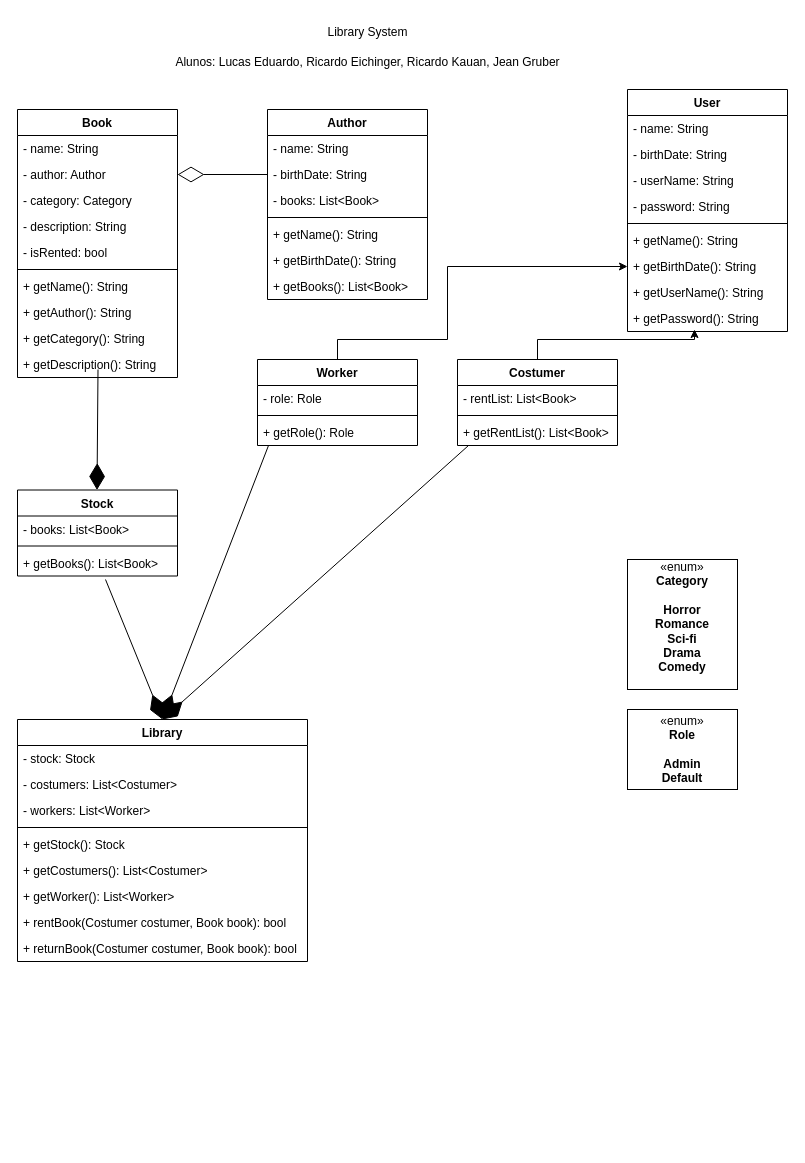
Above: Diagrama sem nome.drawio in wOL-Lucas/M2Elio (draw.io), before the change. Source tidied: cells renumbered, new cells numbered last; positions are measured from the earlier drawing's top-left corner, leaving out a move shared by most shapes. Both pictures are drawn from the tidied source at 100%, with x=0, y=0 at pixel (17, 17).
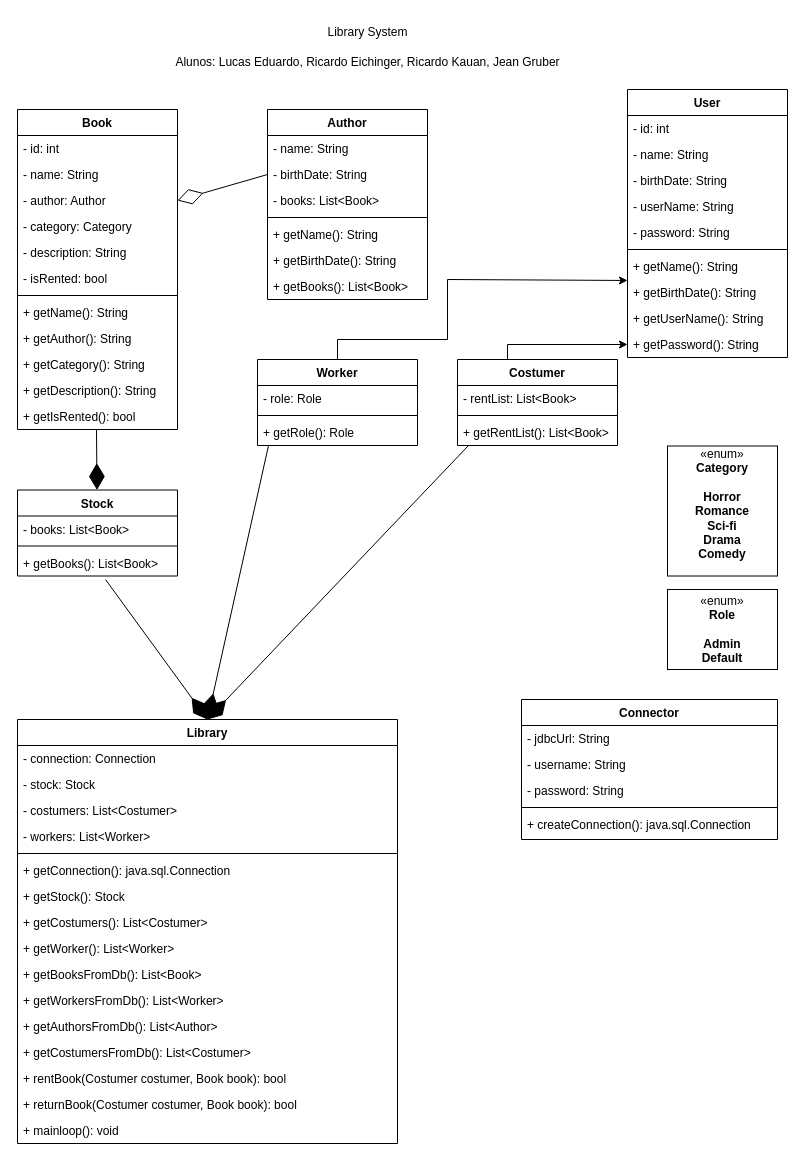
The same diagram, later.

Commit message:
Fix: include missing methods in classes, and include Connector class

The change refers to these unchanged cells:
```xml
<mxCell id="24" value="Costumer" style="swimlane;fontStyle=1;align=center;verticalAlign=top;horizontal=1;startSize=26;whiteSpace=wrap;html=1;" parent="1" vertex="1">
  <mxGeometry x="440" y="342" width="160" height="86" as="geometry" />
</mxCell>
<mxCell id="29" value="Worker" style="swimlane;fontStyle=1;align=center;verticalAlign=top;horizontal=1;startSize=26;whiteSpace=wrap;html=1;" parent="1" vertex="1">
  <mxGeometry x="240" y="342" width="160" height="86" as="geometry" />
</mxCell>
```

What changed in the source:
```diff
@@
     <mxCell id="2" value="Book" style="swimlane;fontStyle=1;align=center;verticalAlign=top;horizontal=1;startSize=26;whiteSpace=wrap;html=1;" parent="1" vertex="1">
-      <mxGeometry y="92" width="160" height="268" as="geometry" />
+      <mxGeometry y="92" width="160" height="320" as="geometry" />
     </mxCell>
+    <mxCell id="64" value="- id: int" style="text;strokeColor=none;fillColor=none;align=left;verticalAlign=top;spacingLeft=4;spacingRight=4;overflow=hidden;whiteSpace=wrap;html=1;" parent="2" vertex="1">
+      <mxGeometry y="26" width="160" height="26" as="geometry" />
+    </mxCell>
     <mxCell id="3" value="- name: String" style="text;strokeColor=none;fillColor=none;align=left;verticalAlign=top;spacingLeft=4;spacingRight=4;overflow=hidden;whiteSpace=wrap;html=1;" parent="2" vertex="1">
-      <mxGeometry y="26" width="160" height="26" as="geometry" />
+      <mxGeometry y="52" width="160" height="26" as="geometry" />
     </mxCell>
     <mxCell id="4" value="- author: Author" style="text;strokeColor=none;fillColor=none;align=left;verticalAlign=top;spacingLeft=4;spacingRight=4;overflow=hidden;points=[[0,0.5],[1,0.5]];portConstraint=eastwest;whiteSpace=wrap;html=1;" parent="2" vertex="1">
-      <mxGeometry y="52" width="160" height="26" as="geometry" />
+      <mxGeometry y="78" width="160" height="26" as="geometry" />
     </mxCell>
     <mxCell id="5" value="- category: Category" style="text;strokeColor=none;fillColor=none;align=left;verticalAlign=top;spacingLeft=4;spacingRight=4;overflow=hidden;whiteSpace=wrap;html=1;" parent="2" vertex="1">
-      <mxGeometry y="78" width="160" height="26" as="geometry" />
+      <mxGeometry y="104" width="160" height="26" as="geometry" />
     </mxCell>
     <mxCell id="6" value="- description: String" style="text;strokeColor=none;fillColor=none;align=left;verticalAlign=top;spacingLeft=4;spacingRight=4;overflow=hidden;whiteSpace=wrap;html=1;" parent="2" vertex="1">
-      <mxGeometry y="104" width="160" height="26" as="geometry" />
+      <mxGeometry y="130" width="160" height="26" as="geometry" />
     </mxCell>
     <mxCell id="7" value="- isRented: bool" style="text;strokeColor=none;fillColor=none;align=left;verticalAlign=top;spacingLeft=4;spacingRight=4;overflow=hidden;whiteSpace=wrap;html=1;" parent="2" vertex="1">
-      <mxGeometry y="130" width="160" height="26" as="geometry" />
+      <mxGeometry y="156" width="160" height="26" as="geometry" />
     </mxCell>
     <mxCell id="8" style="line;strokeWidth=1;fillColor=none;align=left;verticalAlign=middle;spacingTop=-1;spacingLeft=3;spacingRight=3;labelPosition=right;strokeColor=inherit;" parent="2" vertex="1">
-      <mxGeometry y="156" width="160" height="8" as="geometry" />
+      <mxGeometry y="182" width="160" height="8" as="geometry" />
     </mxCell>
     <mxCell id="9" value="+ getName(): String" style="text;strokeColor=none;fillColor=none;align=left;verticalAlign=top;spacingLeft=4;spacingRight=4;overflow=hidden;whiteSpace=wrap;html=1;" parent="2" vertex="1">
-      <mxGeometry y="164" width="160" height="26" as="geometry" />
+      <mxGeometry y="190" width="160" height="26" as="geometry" />
     </mxCell>
     <mxCell id="10" value="+ getAuthor(): String" style="text;strokeColor=none;fillColor=none;align=left;verticalAlign=top;spacingLeft=4;spacingRight=4;overflow=hidden;whiteSpace=wrap;html=1;" parent="2" vertex="1">
-      <mxGeometry y="190" width="160" height="26" as="geometry" />
+      <mxGeometry y="216" width="160" height="26" as="geometry" />
     </mxCell>
     <mxCell id="11" value="+ getCategory(): String" style="text;strokeColor=none;fillColor=none;align=left;verticalAlign=top;spacingLeft=4;spacingRight=4;overflow=hidden;whiteSpace=wrap;html=1;" parent="2" vertex="1">
-      <mxGeometry y="216" width="160" height="26" as="geometry" />
+      <mxGeometry y="242" width="160" height="26" as="geometry" />
     </mxCell>
     <mxCell id="12" value="+ getDescription(): String" style="text;strokeColor=none;fillColor=none;align=left;verticalAlign=top;spacingLeft=4;spacingRight=4;overflow=hidden;whiteSpace=wrap;html=1;" parent="2" vertex="1">
-      <mxGeometry y="242" width="160" height="26" as="geometry" />
+      <mxGeometry y="268" width="160" height="26" as="geometry" />
     </mxCell>
+    <mxCell id="65" value="+ getIsRented(): bool" style="text;strokeColor=none;fillColor=none;align=left;verticalAlign=top;spacingLeft=4;spacingRight=4;overflow=hidden;whiteSpace=wrap;html=1;" parent="2" vertex="1">
+      <mxGeometry y="294" width="160" height="26" as="geometry" />
+    </mxCell>
     <mxCell id="13" value="«enum»&lt;br&gt;&lt;div&gt;&lt;b&gt;Category&lt;/b&gt;&lt;/div&gt;&lt;div&gt;&lt;b&gt;&lt;br&gt;&lt;/b&gt;&lt;/div&gt;&lt;div&gt;&lt;b&gt;Horror&lt;/b&gt;&lt;/div&gt;&lt;div&gt;&lt;b&gt;Romance&lt;/b&gt;&lt;/div&gt;&lt;div&gt;&lt;b&gt;Sci-fi&lt;/b&gt;&lt;/div&gt;&lt;div&gt;&lt;b&gt;Drama&lt;/b&gt;&lt;/div&gt;&lt;div&gt;&lt;b&gt;Comedy&lt;/b&gt;&lt;/div&gt;&lt;div&gt;&lt;b&gt;&lt;br&gt;&lt;/b&gt;&lt;/div&gt;" style="html=1;whiteSpace=wrap;" parent="1" vertex="1">
-      <mxGeometry x="610" y="542" width="110" height="130" as="geometry" />
+      <mxGeometry x="650" y="428.5" width="110" height="130" as="geometry" />
     </mxCell>
     <mxCell id="14" value="User" style="swimlane;fontStyle=1;align=center;verticalAlign=top;horizontal=1;startSize=26;whiteSpace=wrap;html=1;" parent="1" vertex="1">
-      <mxGeometry x="610" y="72" width="160" height="242" as="geometry" />
+      <mxGeometry x="610" y="72" width="160" height="268" as="geometry" />
     </mxCell>
+    <mxCell id="66" value="- id: int" style="text;strokeColor=none;fillColor=none;align=left;verticalAlign=top;spacingLeft=4;spacingRight=4;overflow=hidden;whiteSpace=wrap;html=1;" parent="14" vertex="1">
+      <mxGeometry y="26" width="160" height="26" as="geometry" />
+    </mxCell>
     <mxCell id="15" value="- name: String" style="text;strokeColor=none;fillColor=none;align=left;verticalAlign=top;spacingLeft=4;spacingRight=4;overflow=hidden;whiteSpace=wrap;html=1;" parent="14" vertex="1">
-      <mxGeometry y="26" width="160" height="26" as="geometry" />
+      <mxGeometry y="52" width="160" height="26" as="geometry" />
     </mxCell>
     <mxCell id="16" value="- birthDate: String" style="text;strokeColor=none;fillColor=none;align=left;verticalAlign=top;spacingLeft=4;spacingRight=4;overflow=hidden;whiteSpace=wrap;html=1;" parent="14" vertex="1">
-      <mxGeometry y="52" width="160" height="26" as="geometry" />
+      <mxGeometry y="78" width="160" height="26" as="geometry" />
     </mxCell>
     <mxCell id="17" value="- userName: String" style="text;strokeColor=none;fillColor=none;align=left;verticalAlign=top;spacingLeft=4;spacingRight=4;overflow=hidden;whiteSpace=wrap;html=1;" parent="14" vertex="1">
-      <mxGeometry y="78" width="160" height="26" as="geometry" />
+      <mxGeometry y="104" width="160" height="26" as="geometry" />
     </mxCell>
     <mxCell id="18" value="- password: String" style="text;strokeColor=none;fillColor=none;align=left;verticalAlign=top;spacingLeft=4;spacingRight=4;overflow=hidden;whiteSpace=wrap;html=1;" parent="14" vertex="1">
-      <mxGeometry y="104" width="160" height="26" as="geometry" />
+      <mxGeometry y="130" width="160" height="26" as="geometry" />
     </mxCell>
     <mxCell id="19" style="line;strokeWidth=1;fillColor=none;align=left;verticalAlign=middle;spacingTop=-1;spacingLeft=3;spacingRight=3;labelPosition=right;strokeColor=inherit;" parent="14" vertex="1">
-      <mxGeometry y="130" width="160" height="8" as="geometry" />
+      <mxGeometry y="156" width="160" height="8" as="geometry" />
     </mxCell>
     <mxCell id="20" value="+ getName(): String" style="text;strokeColor=none;fillColor=none;align=left;verticalAlign=top;spacingLeft=4;spacingRight=4;overflow=hidden;whiteSpace=wrap;html=1;" parent="14" vertex="1">
-      <mxGeometry y="138" width="160" height="26" as="geometry" />
+      <mxGeometry y="164" width="160" height="26" as="geometry" />
     </mxCell>
     <mxCell id="21" value="+ getBirthDate(): String" style="text;strokeColor=none;fillColor=none;align=left;verticalAlign=top;spacingLeft=4;spacingRight=4;overflow=hidden;points=[[0,0.5],[1,0.5]];portConstraint=eastwest;whiteSpace=wrap;html=1;" parent="14" vertex="1">
-      <mxGeometry y="164" width="160" height="26" as="geometry" />
+      <mxGeometry y="190" width="160" height="26" as="geometry" />
     </mxCell>
     <mxCell id="22" value="+ getUserName(): String" style="text;strokeColor=none;fillColor=none;align=left;verticalAlign=top;spacingLeft=4;spacingRight=4;overflow=hidden;whiteSpace=wrap;html=1;" parent="14" vertex="1">
-      <mxGeometry y="190" width="160" height="26" as="geometry" />
+      <mxGeometry y="216" width="160" height="26" as="geometry" />
     </mxCell>
     <mxCell id="23" value="+ getPassword(): String" style="text;strokeColor=none;fillColor=none;align=left;verticalAlign=top;spacingLeft=4;spacingRight=4;overflow=hidden;points=[[0,0.5],[1,0.5]];portConstraint=eastwest;whiteSpace=wrap;html=1;" parent="14" vertex="1">
-      <mxGeometry y="216" width="160" height="26" as="geometry" />
+      <mxGeometry y="242" width="160" height="26" as="geometry" />
     </mxCell>
@@
-    <mxCell id="28" style="edgeStyle=orthogonalEdgeStyle;rounded=0;jettySize=auto;html=1;exitX=0.5;exitY=0;exitDx=0;exitDy=0;entryX=0;entryY=0.5;entryDx=0;entryDy=0;" parent="1" edge="1" source="29" target="21">
+    <mxCell id="28" style="edgeStyle=orthogonalEdgeStyle;rounded=0;jettySize=auto;html=1;exitX=0.5;exitY=0;exitDx=0;exitDy=0;entryX=0;entryY=0.038;entryDx=0;entryDy=0;entryPerimeter=0;" parent="1" edge="1" source="29" target="21">
       <mxGeometry relative="1" as="geometry">
         <Array as="points">
           <mxPoint x="320" y="322" />
           <mxPoint x="430" y="322" />
-          <mxPoint x="430" y="249" />
+          <mxPoint x="430" y="262" />
         </Array>
       </mxGeometry>
     </mxCell>
@@
     <mxCell id="33" value="«enum»&lt;br&gt;&lt;b&gt;Role&lt;/b&gt;&lt;br&gt;&lt;div&gt;&lt;b&gt;&lt;br&gt;&lt;/b&gt;&lt;/div&gt;&lt;div&gt;&lt;b&gt;Admin&lt;/b&gt;&lt;/div&gt;&lt;div&gt;&lt;b&gt;Default&lt;br&gt;&lt;/b&gt;&lt;/div&gt;" style="html=1;whiteSpace=wrap;" parent="1" vertex="1">
-      <mxGeometry x="610" y="692" width="110" height="80" as="geometry" />
+      <mxGeometry x="650" y="572" width="110" height="80" as="geometry" />
     </mxCell>
@@
     <mxCell id="47" value="Library" style="swimlane;fontStyle=1;align=center;verticalAlign=top;horizontal=1;startSize=26;whiteSpace=wrap;html=1;" parent="1" vertex="1">
-      <mxGeometry y="702" width="290" height="242" as="geometry" />
+      <mxGeometry y="702" width="380" height="424" as="geometry" />
     </mxCell>
+    <mxCell id="67" value="- connection: Connection" style="text;strokeColor=none;fillColor=none;align=left;verticalAlign=top;spacingLeft=4;spacingRight=4;overflow=hidden;whiteSpace=wrap;html=1;" parent="47" vertex="1">
+      <mxGeometry y="26" width="380" height="26" as="geometry" />
+    </mxCell>
     <mxCell id="48" value="- stock: Stock" style="text;strokeColor=none;fillColor=none;align=left;verticalAlign=top;spacingLeft=4;spacingRight=4;overflow=hidden;whiteSpace=wrap;html=1;" parent="47" vertex="1">
-      <mxGeometry y="26" width="290" height="26" as="geometry" />
+      <mxGeometry y="52" width="380" height="26" as="geometry" />
     </mxCell>
     <mxCell id="49" value="- costumers: List&amp;lt;Costumer&amp;gt;" style="text;strokeColor=none;fillColor=none;align=left;verticalAlign=top;spacingLeft=4;spacingRight=4;overflow=hidden;whiteSpace=wrap;html=1;" parent="47" vertex="1">
-      <mxGeometry y="52" width="290" height="26" as="geometry" />
+      <mxGeometry y="78" width="380" height="26" as="geometry" />
     </mxCell>
     <mxCell id="50" value="- workers: List&amp;lt;Worker&amp;gt;" style="text;strokeColor=none;fillColor=none;align=left;verticalAlign=top;spacingLeft=4;spacingRight=4;overflow=hidden;whiteSpace=wrap;html=1;" parent="47" vertex="1">
-      <mxGeometry y="78" width="290" height="26" as="geometry" />
+      <mxGeometry y="104" width="380" height="26" as="geometry" />
     </mxCell>
     <mxCell id="51" style="line;strokeWidth=1;fillColor=none;align=left;verticalAlign=middle;spacingTop=-1;spacingLeft=3;spacingRight=3;labelPosition=right;strokeColor=inherit;" parent="47" vertex="1">
-      <mxGeometry y="104" width="290" height="8" as="geometry" />
+      <mxGeometry y="130" width="380" height="8" as="geometry" />
     </mxCell>
+    <mxCell id="68" value="+ getConnection(): java.sql.Connection" style="text;strokeColor=none;fillColor=none;align=left;verticalAlign=top;spacingLeft=4;spacingRight=4;overflow=hidden;whiteSpace=wrap;html=1;" parent="47" vertex="1">
+      <mxGeometry y="138" width="380" height="26" as="geometry" />
+    </mxCell>
     <mxCell id="52" value="+ getStock(): Stock" style="text;strokeColor=none;fillColor=none;align=left;verticalAlign=top;spacingLeft=4;spacingRight=4;overflow=hidden;whiteSpace=wrap;html=1;" parent="47" vertex="1">
-      <mxGeometry y="112" width="290" height="26" as="geometry" />
+      <mxGeometry y="164" width="380" height="26" as="geometry" />
     </mxCell>
     <mxCell id="53" value="+ getCostumers(): List&amp;lt;Costumer&amp;gt;" style="text;strokeColor=none;fillColor=none;align=left;verticalAlign=top;spacingLeft=4;spacingRight=4;overflow=hidden;whiteSpace=wrap;html=1;" parent="47" vertex="1">
-      <mxGeometry y="138" width="290" height="26" as="geometry" />
+      <mxGeometry y="190" width="380" height="26" as="geometry" />
     </mxCell>
     <mxCell id="54" value="+ getWorker(): List&amp;lt;Worker&amp;gt;" style="text;strokeColor=none;fillColor=none;align=left;verticalAlign=top;spacingLeft=4;spacingRight=4;overflow=hidden;whiteSpace=wrap;html=1;" parent="47" vertex="1">
-      <mxGeometry y="164" width="290" height="26" as="geometry" />
+      <mxGeometry y="216" width="380" height="26" as="geometry" />
     </mxCell>
+    <mxCell id="69" value="+ getBooksFromDb(): List&amp;lt;Book&amp;gt;" style="text;strokeColor=none;fillColor=none;align=left;verticalAlign=top;spacingLeft=4;spacingRight=4;overflow=hidden;whiteSpace=wrap;html=1;" parent="47" vertex="1">
+      <mxGeometry y="242" width="380" height="26" as="geometry" />
+    </mxCell>
+    <mxCell id="70" value="+ getWorkersFromDb(): List&amp;lt;Worker&amp;gt;" style="text;strokeColor=none;fillColor=none;align=left;verticalAlign=top;spacingLeft=4;spacingRight=4;overflow=hidden;whiteSpace=wrap;html=1;" parent="47" vertex="1">
+      <mxGeometry y="268" width="380" height="26" as="geometry" />
+    </mxCell>
+    <mxCell id="71" value="+ getAuthorsFromDb(): List&amp;lt;Author&amp;gt;" style="text;strokeColor=none;fillColor=none;align=left;verticalAlign=top;spacingLeft=4;spacingRight=4;overflow=hidden;whiteSpace=wrap;html=1;" parent="47" vertex="1">
+      <mxGeometry y="294" width="380" height="26" as="geometry" />
+    </mxCell>
+    <mxCell id="72" value="+ getCostumersFromDb(): List&amp;lt;Costumer&amp;gt;" style="text;strokeColor=none;fillColor=none;align=left;verticalAlign=top;spacingLeft=4;spacingRight=4;overflow=hidden;whiteSpace=wrap;html=1;" parent="47" vertex="1">
+      <mxGeometry y="320" width="380" height="26" as="geometry" />
+    </mxCell>
     <mxCell id="55" value="+ rentBook(Costumer costumer, Book book): bool" style="text;strokeColor=none;fillColor=none;align=left;verticalAlign=top;spacingLeft=4;spacingRight=4;overflow=hidden;whiteSpace=wrap;html=1;" parent="47" vertex="1">
-      <mxGeometry y="190" width="290" height="26" as="geometry" />
+      <mxGeometry y="346" width="380" height="26" as="geometry" />
     </mxCell>
     <mxCell id="56" value="+ returnBook(Costumer costumer, Book book): bool" style="text;strokeColor=none;fillColor=none;align=left;verticalAlign=top;spacingLeft=4;spacingRight=4;overflow=hidden;whiteSpace=wrap;html=1;" parent="47" vertex="1">
-      <mxGeometry y="216" width="290" height="26" as="geometry" />
+      <mxGeometry y="372" width="380" height="26" as="geometry" />
     </mxCell>
+    <mxCell id="73" value="+ mainloop(): void" style="text;strokeColor=none;fillColor=none;align=left;verticalAlign=top;spacingLeft=4;spacingRight=4;overflow=hidden;whiteSpace=wrap;html=1;" parent="47" vertex="1">
+      <mxGeometry y="398" width="380" height="26" as="geometry" />
+    </mxCell>
     <mxCell id="57" style="endArrow=diamondThin;endFill=1;endSize=24;html=1;rounded=0;entryX=0.431;entryY=0;entryDx=0;entryDy=0;entryPerimeter=0;" parent="1" edge="1">
       <mxGeometry relative="1" as="geometry">
-        <mxPoint x="80.5" y="352" as="sourcePoint" />
+        <mxPoint x="79" y="412" as="sourcePoint" />
         <mxPoint x="79.5" y="472.5" as="targetPoint" />
       </mxGeometry>
     </mxCell>
@@
-    <mxCell id="61" style="edgeStyle=orthogonalEdgeStyle;rounded=0;jettySize=auto;html=1;exitX=0.5;exitY=0;exitDx=0;exitDy=0;" parent="1" edge="1" source="24">
+    <mxCell id="61" style="edgeStyle=orthogonalEdgeStyle;rounded=0;jettySize=auto;html=1;exitX=0.5;exitY=0;exitDx=0;exitDy=0;entryX=0;entryY=0.5;entryDx=0;entryDy=0;" parent="1" edge="1" source="24" target="23">
       <mxGeometry relative="1" as="geometry">
-        <mxPoint x="677" y="312" as="targetPoint" />
         <Array as="points">
-          <mxPoint x="520" y="322" />
-          <mxPoint x="677" y="322" />
+          <mxPoint x="490" y="342" />
+          <mxPoint x="490" y="327" />
         </Array>
       </mxGeometry>
     </mxCell>
@@
+    <mxCell id="74" value="Connector" style="swimlane;fontStyle=1;align=center;verticalAlign=top;horizontal=1;startSize=26;whiteSpace=wrap;html=1;" parent="1" vertex="1">
+      <mxGeometry x="504" y="682" width="256" height="140" as="geometry" />
+    </mxCell>
+    <mxCell id="75" value="- jdbcUrl: String" style="text;strokeColor=none;fillColor=none;align=left;verticalAlign=top;spacingLeft=4;spacingRight=4;overflow=hidden;whiteSpace=wrap;html=1;" parent="74" vertex="1">
+      <mxGeometry y="26" width="256" height="26" as="geometry" />
+    </mxCell>
+    <mxCell id="76" value="- username: String" style="text;strokeColor=none;fillColor=none;align=left;verticalAlign=top;spacingLeft=4;spacingRight=4;overflow=hidden;whiteSpace=wrap;html=1;" parent="74" vertex="1">
+      <mxGeometry y="52" width="256" height="26" as="geometry" />
+    </mxCell>
+    <mxCell id="77" value="- password: String" style="text;strokeColor=none;fillColor=none;align=left;verticalAlign=top;spacingLeft=4;spacingRight=4;overflow=hidden;whiteSpace=wrap;html=1;" parent="74" vertex="1">
+      <mxGeometry y="78" width="256" height="26" as="geometry" />
+    </mxCell>
+    <mxCell id="78" style="line;strokeWidth=1;fillColor=none;align=left;verticalAlign=middle;spacingTop=-1;spacingLeft=3;spacingRight=3;labelPosition=right;strokeColor=inherit;" parent="74" vertex="1">
+      <mxGeometry y="104" width="256" height="8" as="geometry" />
+    </mxCell>
+    <mxCell id="79" value="+ createConnection(): java.sql.Connection" style="text;strokeColor=none;fillColor=none;align=left;verticalAlign=top;spacingLeft=4;spacingRight=4;overflow=hidden;whiteSpace=wrap;html=1;" parent="74" vertex="1">
+      <mxGeometry y="112" width="256" height="28" as="geometry" />
+    </mxCell>
```
